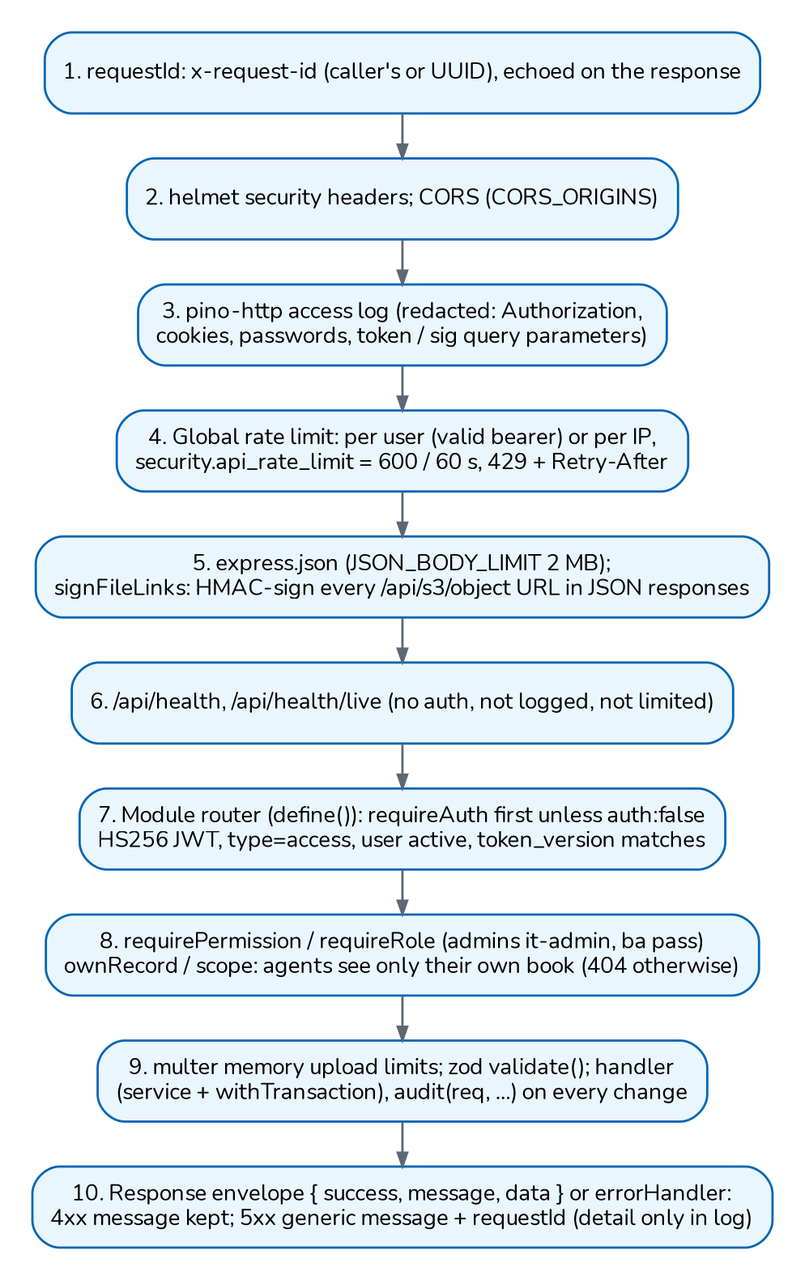
Earlier version of the Graphviz export docs/architecture/diagrams/d01_request_pipeline.png (IortaTexhNXT-DEV/BDOI-OOTB). Its source is kept beside it as docs/architecture/diagrams/d01_request_pipeline.dot.
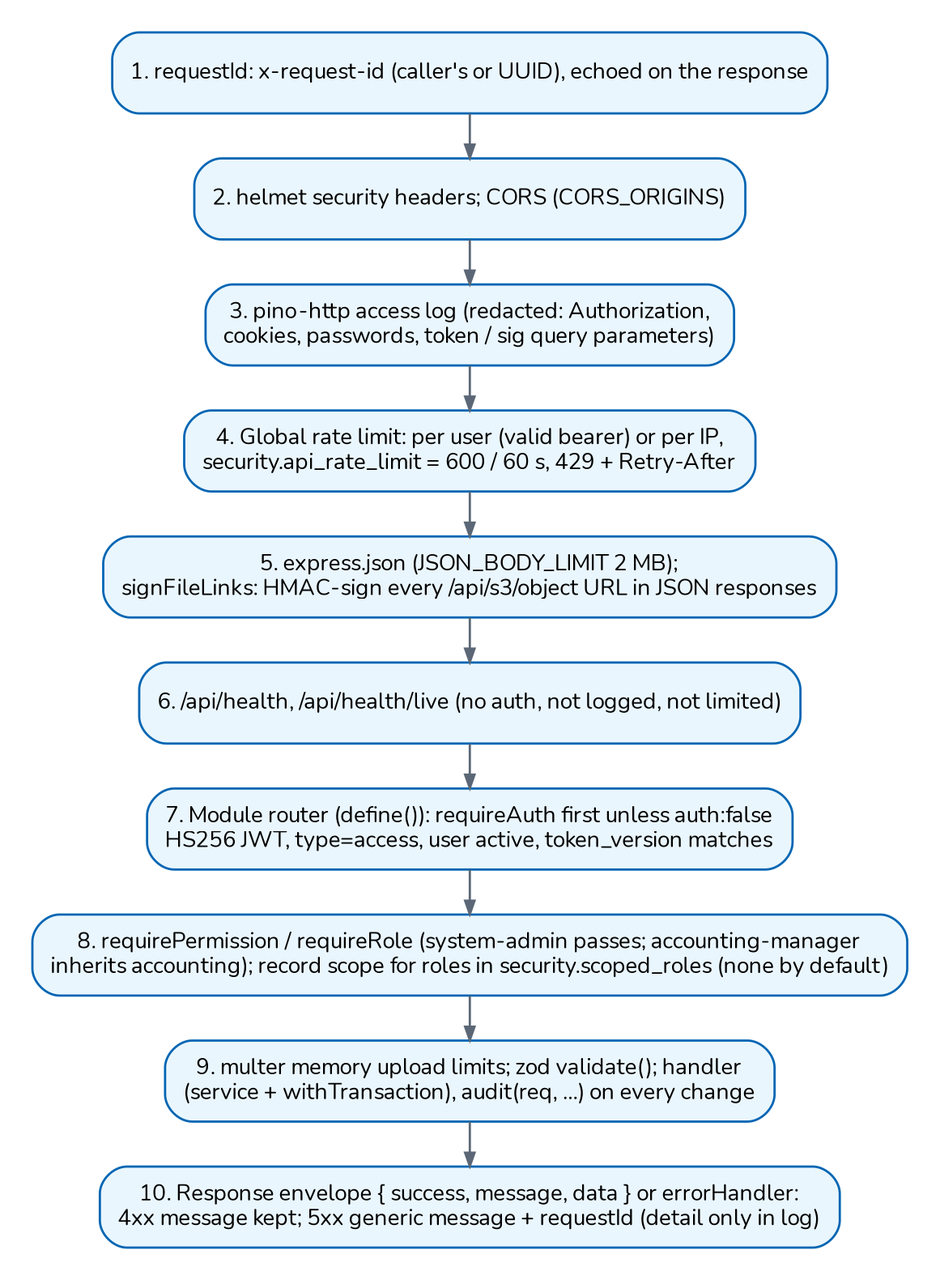
After the change.

Diff of the diagram source:
```diff
@@ -9,7 +9,7 @@
   e [label="5. express.json (JSON_BODY_LIMIT 2 MB);\nsignFileLinks: HMAC-sign every /api/s3/object URL in JSON responses"];
   f [label="6. /api/health, /api/health/live (no auth, not logged, not limited)"];
   g [label="7. Module router (define()): requireAuth first unless auth:false\nHS256 JWT, type=access, user active, token_version matches"];
-  h [label="8. requirePermission / requireRole (admins it-admin, ba pass)\nownRecord / scope: agents see only their own book (404 otherwise)"];
+  h [label="8. requirePermission / requireRole (system-admin passes; accounting-manager\ninherits accounting); record scope for roles in security.scoped_roles (none by default)"];
   i [label="9. multer memory upload limits; zod validate(); handler\n(service + withTransaction), audit(req, ...) on every change"];
   j [label="10. Response envelope { success, message, data } or errorHandler:\n4xx message kept; 5xx generic message + requestId (detail only in log)"];
   a -> b -> c -> d -> e -> f -> g -> h -> i -> j;
```
